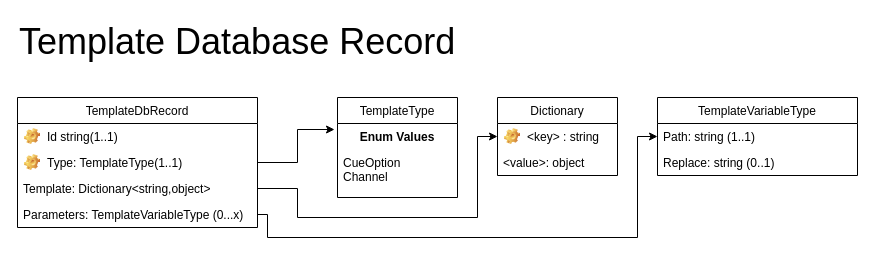
Above: docs/resources/draw.io/ClassDiagram-TemplateDbRecord.drawio in SynapseProject/syntinel.docs (draw.io), before the change. Source tidied: cells renumbered, new cells numbered last; positions are measured from the earlier drawing's top-left corner, leaving out a move shared by most shapes. Both pictures are drawn from the tidied source at 100%, with x=0, y=0 at pixel (17, 17).
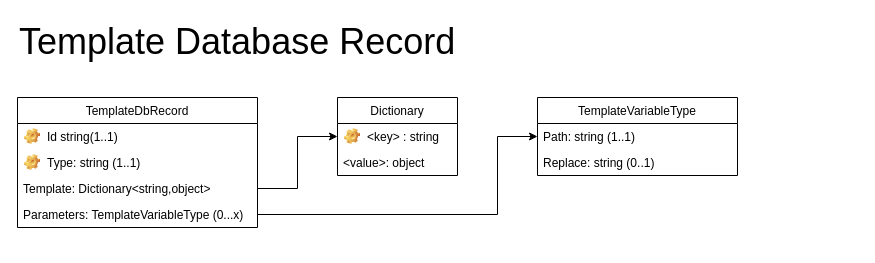
The same diagram, later.

Commit message (it also covers changes not shown here):
Updated TemplateDb Record to reflect new Signal template type.

Unchanged cells that the change refers to:
```xml
<mxCell id="3" value="TemplateDbRecord" style="swimlane;fontStyle=0;horizontal=1;startSize=26;fillColor=none;" parent="1" vertex="1">
  <mxGeometry y="80" width="240" height="130" as="geometry" />
</mxCell>
<mxCell id="6" value="Template: Dictionary&lt;string,object&gt;" style="text;strokeColor=none;fillColor=none;align=left;verticalAlign=top;spacingLeft=4;spacingRight=4;overflow=hidden;points=[[0,0.5],[1,0.5]];portConstraint=eastwest;" parent="3" vertex="1">
  <mxGeometry y="78" width="240" height="26" as="geometry" />
</mxCell>
<mxCell id="7" value="Parameters: TemplateVariableType (0...x)" style="text;strokeColor=none;fillColor=none;align=left;verticalAlign=top;spacingLeft=4;spacingRight=4;overflow=hidden;points=[[0,0.5],[1,0.5]];portConstraint=eastwest;" parent="3" vertex="1">
  <mxGeometry y="104" width="240" height="26" as="geometry" />
</mxCell>
<mxCell id="14" value="&lt;key&gt; : string" style="label;fontStyle=0;strokeColor=none;fillColor=none;align=left;verticalAlign=top;overflow=hidden;spacingLeft=28;spacingRight=4;points=[[0,0.5],[1,0.5]];portConstraint=eastwest;imageWidth=16;imageHeight=16;image=img/clipart/Gear_128x128.png;" parent="13" vertex="1">
  <mxGeometry y="26" width="120" height="26" as="geometry" />
</mxCell>
<mxCell id="17" value="Path: string (1..1)" style="text;strokeColor=none;fillColor=none;align=left;verticalAlign=top;spacingLeft=4;spacingRight=4;overflow=hidden;points=[[0,0.5],[1,0.5]];portConstraint=eastwest;" parent="16" vertex="1">
  <mxGeometry y="26" width="200" height="26" as="geometry" />
</mxCell>
```

Change to the diagram source:
```diff
@@
-    <mxCell id="5" value="Type: TemplateType(1..1)" style="label;fontStyle=0;strokeColor=none;fillColor=none;align=left;verticalAlign=top;overflow=hidden;spacingLeft=28;spacingRight=4;points=[[0,0.5],[1,0.5]];portConstraint=eastwest;imageWidth=16;imageHeight=16;image=img/clipart/Gear_128x128.png;" parent="3" vertex="1">
+    <mxCell id="5" value="Type: string (1..1)" style="label;fontStyle=0;strokeColor=none;fillColor=none;align=left;verticalAlign=top;overflow=hidden;spacingLeft=28;spacingRight=4;points=[[0,0.5],[1,0.5]];portConstraint=eastwest;imageWidth=16;imageHeight=16;image=img/clipart/Gear_128x128.png;" parent="3" vertex="1">
       <mxGeometry y="52" width="240" height="26" as="geometry" />
     </mxCell>
@@
-    <mxCell id="8" style="edgeStyle=orthogonalEdgeStyle;rounded=0;jettySize=auto;html=1;exitX=1;exitY=0.5;exitDx=0;exitDy=0;entryX=-0.025;entryY=0.231;entryDx=0;entryDy=0;entryPerimeter=0;" parent="1" edge="1" source="5" target="11">
-      <mxGeometry relative="1" as="geometry" />
-    </mxCell>
-    <mxCell id="9" style="edgeStyle=orthogonalEdgeStyle;rounded=0;jettySize=auto;html=1;exitX=1;exitY=0.5;exitDx=0;exitDy=0;entryX=0;entryY=0.5;entryDx=0;entryDy=0;" parent="1" edge="1" source="6" target="13">
-      <mxGeometry relative="1" as="geometry">
-        <Array as="points">
-          <mxPoint x="280" y="171" />
-          <mxPoint x="280" y="200" />
-          <mxPoint x="460" y="200" />
-          <mxPoint x="460" y="119" />
-        </Array>
-      </mxGeometry>
-    </mxCell>
-    <mxCell id="10" value="TemplateType" style="swimlane;fontStyle=0;horizontal=1;startSize=26;fillColor=none;" parent="1" vertex="1">
-      <mxGeometry x="320" y="80" width="120" height="100" as="geometry" />
-    </mxCell>
-    <mxCell id="11" value="Enum Values" style="text;align=center;fontStyle=1;verticalAlign=middle;spacingLeft=3;spacingRight=3;strokeColor=none;points=[[0,0.5],[1,0.5]];portConstraint=eastwest;" parent="10" vertex="1">
-      <mxGeometry y="26" width="120" height="26" as="geometry" />
-    </mxCell>
-    <mxCell id="12" value="CueOption&#10;Channel" style="text;strokeColor=none;fillColor=none;align=left;verticalAlign=top;spacingLeft=4;spacingRight=4;overflow=hidden;" parent="10" vertex="1">
-      <mxGeometry y="52" width="120" height="48" as="geometry" />
-    </mxCell>
     <mxCell id="13" value="Dictionary" style="swimlane;fontStyle=0;horizontal=1;startSize=26;fillColor=none;" parent="1" vertex="1">
-      <mxGeometry x="480" y="80" width="120" height="78" as="geometry" />
+      <mxGeometry x="320" y="80" width="120" height="78" as="geometry" />
     </mxCell>
@@
+    <mxCell id="20" style="edgeStyle=orthogonalEdgeStyle;rounded=0;jettySize=auto;html=1;exitX=1;exitY=0.5;exitDx=0;exitDy=0;entryX=0;entryY=0.5;entryDx=0;entryDy=0;" parent="1" edge="1" source="6" target="14">
+      <mxGeometry relative="1" as="geometry" />
+    </mxCell>
     <mxCell id="16" value="TemplateVariableType" style="swimlane;fontStyle=0;horizontal=1;startSize=26;fillColor=none;" parent="1" vertex="1">
-      <mxGeometry x="640" y="80" width="200" height="78" as="geometry" />
+      <mxGeometry x="520" y="80" width="200" height="78" as="geometry" />
     </mxCell>
@@
-    <mxCell id="19" style="edgeStyle=orthogonalEdgeStyle;rounded=0;jettySize=auto;html=1;exitX=1;exitY=0.5;exitDx=0;exitDy=0;entryX=0;entryY=0.5;entryDx=0;entryDy=0;" parent="1" edge="1" source="7" target="17">
-      <mxGeometry relative="1" as="geometry">
-        <Array as="points">
-          <mxPoint x="250" y="197" />
-          <mxPoint x="250" y="220" />
-          <mxPoint x="620" y="220" />
-          <mxPoint x="620" y="119" />
-        </Array>
-      </mxGeometry>
-    </mxCell>
+    <mxCell id="21" style="edgeStyle=orthogonalEdgeStyle;rounded=0;jettySize=auto;html=1;exitX=1;exitY=0.5;exitDx=0;exitDy=0;entryX=0;entryY=0.5;entryDx=0;entryDy=0;" parent="1" edge="1" source="7" target="16">
+      <mxGeometry relative="1" as="geometry">
+        <Array as="points">
+          <mxPoint x="480" y="197" />
+          <mxPoint x="480" y="119" />
+        </Array>
+      </mxGeometry>
+    </mxCell>
```
